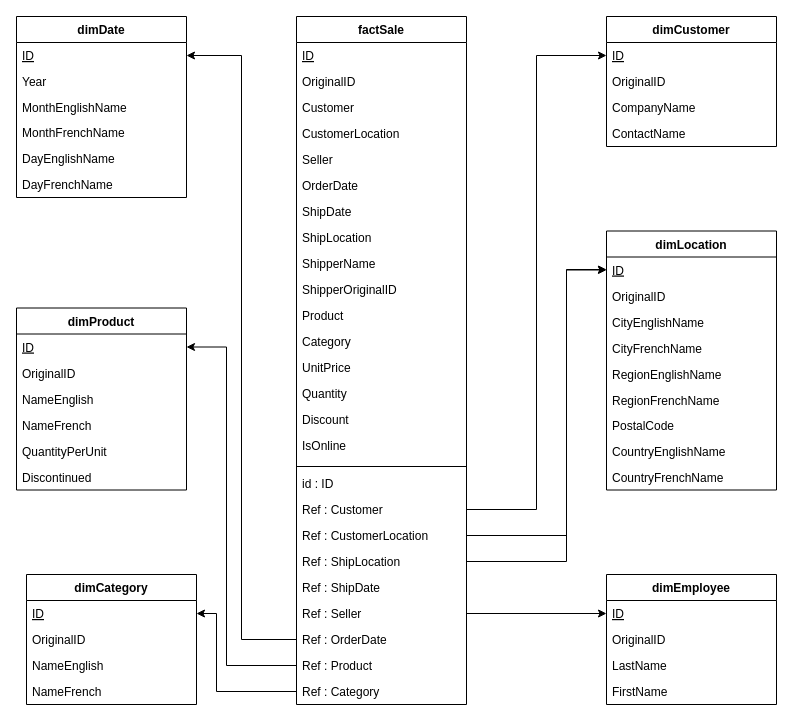
Earlier version of the draw.io diagram Schema_Star.drawio (TristanDaffe/ETL_BIDA). Source tidied: cells renumbered, new cells numbered last; positions are measured from the earlier drawing's top-left corner, leaving out a move shared by most shapes. Both pictures are drawn from the tidied source at 100%, with x=0, y=0 at pixel (16, 16).
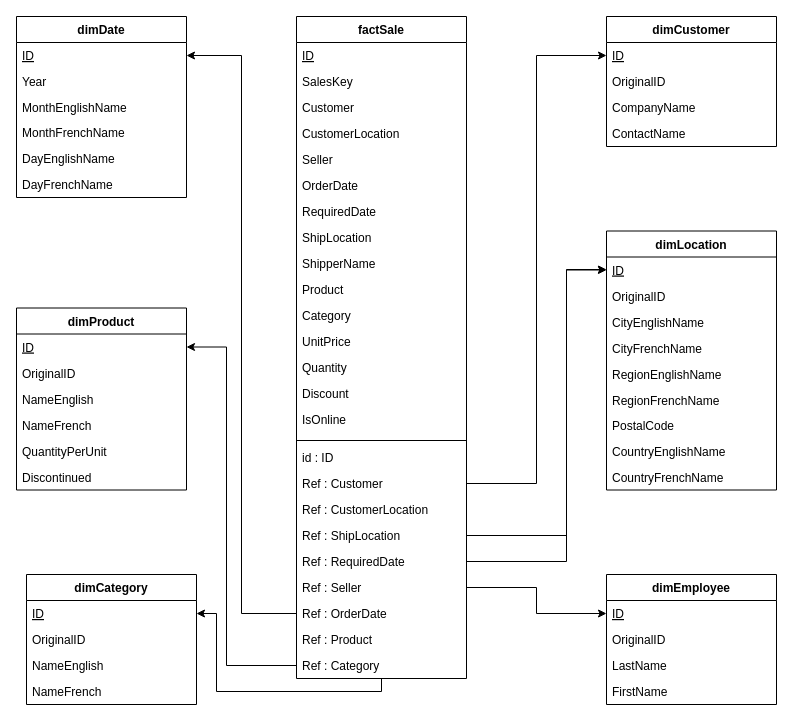
The same page after the edit.

The change refers to these unchanged cells:
```xml
<mxCell id="35" value="ID" style="text;strokeColor=none;fillColor=none;align=left;verticalAlign=top;spacingLeft=4;spacingRight=4;overflow=hidden;points=[[0,0.5],[1,0.5]];portConstraint=eastwest;fontStyle=4;" parent="34" vertex="1">
  <mxGeometry y="26" width="170" height="26" as="geometry" />
</mxCell>
<mxCell id="57" value="ID" style="text;strokeColor=none;fillColor=none;align=left;verticalAlign=top;spacingLeft=4;spacingRight=4;overflow=hidden;points=[[0,0.5],[1,0.5]];portConstraint=eastwest;fontStyle=4;" parent="56" vertex="1">
  <mxGeometry y="26" width="170" height="26" as="geometry" />
</mxCell>
```

Diff of the diagram source:
```diff
@@
     <mxCell id="2" value="factSale" style="swimlane;fontStyle=1;align=center;verticalAlign=top;horizontal=1;startSize=26;strokeColor=default;fillColor=#FFFFFF;" parent="1" vertex="1">
-      <mxGeometry x="280" width="170" height="688" as="geometry" />
+      <mxGeometry x="280" width="170" height="662" as="geometry" />
     </mxCell>
@@
-    <mxCell id="4" value="OriginalID&#10;" style="text;strokeColor=none;fillColor=none;align=left;verticalAlign=top;spacingLeft=4;spacingRight=4;overflow=hidden;" parent="2" vertex="1">
+    <mxCell id="4" value="SalesKey" style="text;strokeColor=none;fillColor=none;align=left;verticalAlign=top;spacingLeft=4;spacingRight=4;overflow=hidden;" parent="2" vertex="1">
       <mxGeometry y="52" width="170" height="26" as="geometry" />
     </mxCell>
@@
-    <mxCell id="9" value="ShipDate" style="text;strokeColor=none;fillColor=none;align=left;verticalAlign=top;spacingLeft=4;spacingRight=4;overflow=hidden;" parent="2" vertex="1">
+    <mxCell id="9" value="RequiredDate" style="text;strokeColor=none;fillColor=none;align=left;verticalAlign=top;spacingLeft=4;spacingRight=4;overflow=hidden;" parent="2" vertex="1">
       <mxGeometry y="182" width="170" height="26" as="geometry" />
     </mxCell>
@@
-    <mxCell id="12" value="ShipperOriginalID" style="text;strokeColor=none;fillColor=none;align=left;verticalAlign=top;spacingLeft=4;spacingRight=4;overflow=hidden;" parent="2" vertex="1">
-      <mxGeometry y="260" width="170" height="26" as="geometry" />
-    </mxCell>
     <mxCell id="13" value="Product" style="text;strokeColor=none;fillColor=none;align=left;verticalAlign=top;spacingLeft=4;spacingRight=4;overflow=hidden;" parent="2" vertex="1">
-      <mxGeometry y="286" width="170" height="26" as="geometry" />
+      <mxGeometry y="260" width="170" height="26" as="geometry" />
     </mxCell>
     <mxCell id="14" value="Category" style="text;strokeColor=none;fillColor=none;align=left;verticalAlign=top;spacingLeft=4;spacingRight=4;overflow=hidden;" parent="2" vertex="1">
-      <mxGeometry y="312" width="170" height="26" as="geometry" />
+      <mxGeometry y="286" width="170" height="26" as="geometry" />
     </mxCell>
     <mxCell id="15" value="UnitPrice" style="text;strokeColor=none;fillColor=none;align=left;verticalAlign=top;spacingLeft=4;spacingRight=4;overflow=hidden;" parent="2" vertex="1">
-      <mxGeometry y="338" width="170" height="26" as="geometry" />
+      <mxGeometry y="312" width="170" height="26" as="geometry" />
     </mxCell>
     <mxCell id="16" value="Quantity" style="text;strokeColor=none;fillColor=none;align=left;verticalAlign=top;spacingLeft=4;spacingRight=4;overflow=hidden;" parent="2" vertex="1">
-      <mxGeometry y="364" width="170" height="26" as="geometry" />
+      <mxGeometry y="338" width="170" height="26" as="geometry" />
     </mxCell>
     <mxCell id="17" value="Discount" style="text;strokeColor=none;fillColor=none;align=left;verticalAlign=top;spacingLeft=4;spacingRight=4;overflow=hidden;" parent="2" vertex="1">
-      <mxGeometry y="390" width="170" height="26" as="geometry" />
+      <mxGeometry y="364" width="170" height="26" as="geometry" />
     </mxCell>
     <mxCell id="18" value="IsOnline" style="text;strokeColor=none;fillColor=none;align=left;verticalAlign=top;spacingLeft=4;spacingRight=4;overflow=hidden;" parent="2" vertex="1">
-      <mxGeometry y="416" width="170" height="30" as="geometry" />
+      <mxGeometry y="390" width="170" height="30" as="geometry" />
     </mxCell>
     <mxCell id="19" style="line;strokeWidth=1;fillColor=none;align=left;verticalAlign=middle;spacingTop=-1;spacingLeft=3;spacingRight=3;labelPosition=right;strokeColor=inherit;" parent="2" vertex="1">
-      <mxGeometry y="446" width="170" height="8" as="geometry" />
+      <mxGeometry y="420" width="170" height="8" as="geometry" />
     </mxCell>
     <mxCell id="20" value="id : ID " style="text;strokeColor=none;fillColor=none;align=left;verticalAlign=top;spacingLeft=4;spacingRight=4;overflow=hidden;" parent="2" vertex="1">
-      <mxGeometry y="454" width="170" height="26" as="geometry" />
+      <mxGeometry y="428" width="170" height="26" as="geometry" />
     </mxCell>
     <mxCell id="21" value="Ref : Customer" style="text;strokeColor=none;fillColor=none;align=left;verticalAlign=top;spacingLeft=4;spacingRight=4;overflow=hidden;points=[[0,0.5],[1,0.5]];portConstraint=eastwest;" parent="2" vertex="1">
-      <mxGeometry y="480" width="170" height="26" as="geometry" />
+      <mxGeometry y="454" width="170" height="26" as="geometry" />
     </mxCell>
     <mxCell id="22" value="Ref : CustomerLocation" style="text;strokeColor=none;fillColor=none;align=left;verticalAlign=top;spacingLeft=4;spacingRight=4;overflow=hidden;points=[[0,0.5],[1,0.5]];portConstraint=eastwest;" parent="2" vertex="1">
-      <mxGeometry y="506" width="170" height="26" as="geometry" />
+      <mxGeometry y="480" width="170" height="26" as="geometry" />
     </mxCell>
     <mxCell id="23" value="Ref : ShipLocation" style="text;strokeColor=none;fillColor=none;align=left;verticalAlign=top;spacingLeft=4;spacingRight=4;overflow=hidden;points=[[0,0.5],[1,0.5]];portConstraint=eastwest;" parent="2" vertex="1">
-      <mxGeometry y="532" width="170" height="26" as="geometry" />
+      <mxGeometry y="506" width="170" height="26" as="geometry" />
     </mxCell>
-    <mxCell id="24" value="Ref : ShipDate" style="text;strokeColor=none;fillColor=none;align=left;verticalAlign=top;spacingLeft=4;spacingRight=4;overflow=hidden;points=[[0,0.5],[1,0.5]];portConstraint=eastwest;" parent="2" vertex="1">
-      <mxGeometry y="558" width="170" height="26" as="geometry" />
+    <mxCell id="24" value="Ref : RequiredDate" style="text;strokeColor=none;fillColor=none;align=left;verticalAlign=top;spacingLeft=4;spacingRight=4;overflow=hidden;points=[[0,0.5],[1,0.5]];portConstraint=eastwest;" parent="2" vertex="1">
+      <mxGeometry y="532" width="170" height="26" as="geometry" />
     </mxCell>
     <mxCell id="25" value="Ref : Seller" style="text;strokeColor=none;fillColor=none;align=left;verticalAlign=top;spacingLeft=4;spacingRight=4;overflow=hidden;points=[[0,0.5],[1,0.5]];portConstraint=eastwest;" parent="2" vertex="1">
-      <mxGeometry y="584" width="170" height="26" as="geometry" />
+      <mxGeometry y="558" width="170" height="26" as="geometry" />
     </mxCell>
     <mxCell id="26" value="Ref : OrderDate" style="text;strokeColor=none;fillColor=none;align=left;verticalAlign=top;spacingLeft=4;spacingRight=4;overflow=hidden;points=[[0,0.5],[1,0.5]];portConstraint=eastwest;" parent="2" vertex="1">
-      <mxGeometry y="610" width="170" height="26" as="geometry" />
+      <mxGeometry y="584" width="170" height="26" as="geometry" />
     </mxCell>
     <mxCell id="27" value="Ref : Product" style="text;strokeColor=none;fillColor=none;align=left;verticalAlign=top;spacingLeft=4;spacingRight=4;overflow=hidden;points=[[0,0.5],[1,0.5]];portConstraint=eastwest;" parent="2" vertex="1">
-      <mxGeometry y="636" width="170" height="26" as="geometry" />
+      <mxGeometry y="610" width="170" height="26" as="geometry" />
     </mxCell>
     <mxCell id="28" value="Ref : Category" style="text;strokeColor=none;fillColor=none;align=left;verticalAlign=top;spacingLeft=4;spacingRight=4;overflow=hidden;points=[[0,0.5],[1,0.5]];portConstraint=eastwest;" parent="2" vertex="1">
-      <mxGeometry y="662" width="170" height="26" as="geometry" />
+      <mxGeometry y="636" width="170" height="26" as="geometry" />
     </mxCell>
@@
-    <mxCell id="69" style="edgeStyle=orthogonalEdgeStyle;rounded=0;jettySize=auto;html=1;" parent="1" edge="1" source="22" target="35">
+    <mxCell id="69" style="edgeStyle=orthogonalEdgeStyle;rounded=0;jettySize=auto;html=1;exitX=1;exitY=0.5;exitDx=0;exitDy=0;" parent="1" edge="1" source="23" target="35">
       <mxGeometry relative="1" as="geometry">
         <Array as="points">
           <mxPoint x="550" y="519" />
           <mxPoint x="550" y="253" />
         </Array>
       </mxGeometry>
     </mxCell>
@@
-    <mxCell id="71" style="edgeStyle=orthogonalEdgeStyle;rounded=0;jettySize=auto;html=1;entryX=0;entryY=0.5;entryDx=0;entryDy=0;" parent="1" edge="1" source="23" target="35">
+    <mxCell id="71" style="edgeStyle=orthogonalEdgeStyle;rounded=0;jettySize=auto;html=1;entryX=0;entryY=0.5;entryDx=0;entryDy=0;" parent="1" edge="1" source="24" target="35">
       <mxGeometry relative="1" as="geometry">
         <Array as="points">
           <mxPoint x="550" y="545" />
           <mxPoint x="550" y="253" />
         </Array>
       </mxGeometry>
     </mxCell>
@@
-    <mxCell id="73" style="edgeStyle=orthogonalEdgeStyle;rounded=0;jettySize=auto;html=1;entryX=1;entryY=0.5;entryDx=0;entryDy=0;" parent="1" edge="1" source="27" target="57">
+    <mxCell id="73" style="edgeStyle=orthogonalEdgeStyle;rounded=0;jettySize=auto;html=1;entryX=1;entryY=0.5;entryDx=0;entryDy=0;" parent="1" edge="1" target="57">
       <mxGeometry relative="1" as="geometry">
+        <mxPoint x="280" y="649" as="sourcePoint" />
         <Array as="points">
           <mxPoint x="210" y="649" />
           <mxPoint x="210" y="331" />
         </Array>
       </mxGeometry>
     </mxCell>
```
